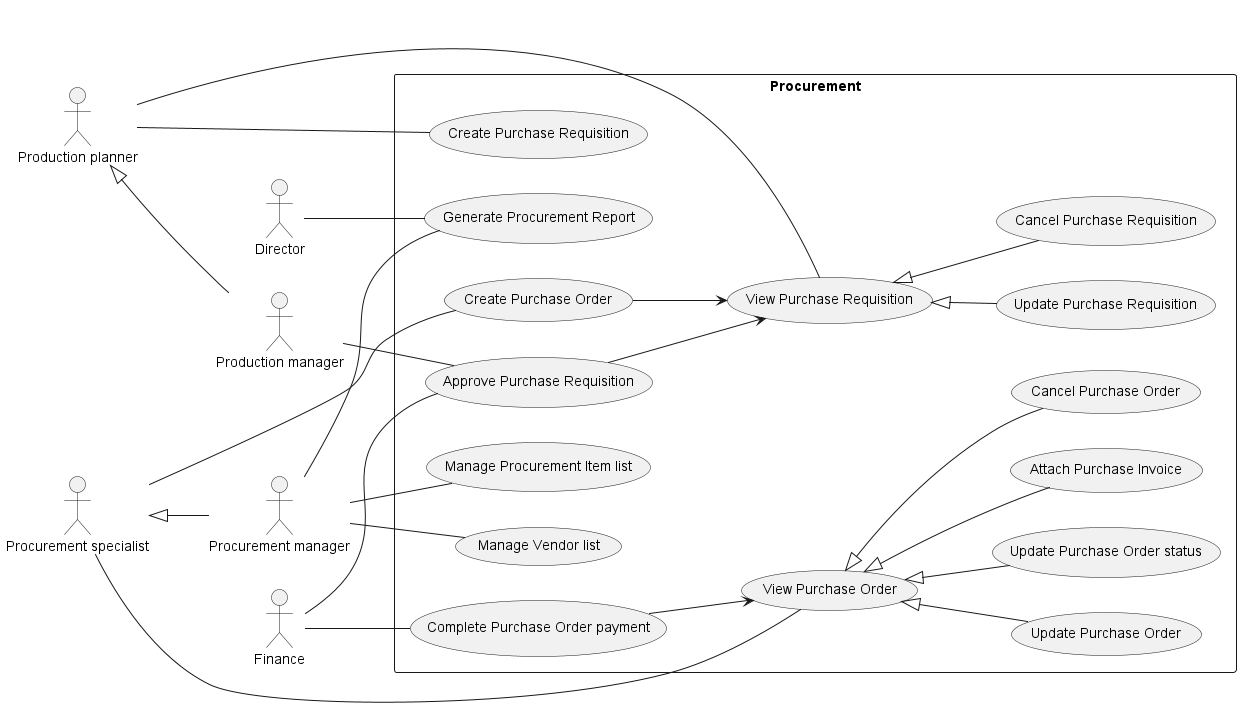
The PlantUML diagram use-cases/Procurement.png in phihungha/scmss-reqs, before a commit. The source it was exported from:
```plantuml
@startuml Procurement
left to right direction

:Director: as d
:Finance: as f

:Production planner: as pp
:Production manager: as prm
pp <|-- prm

:Procurement manager: as pm
:Procurement specialist: as ps
ps <|-- pm

rectangle Procurement {
    pp -- (Create Purchase Requisition)
    pp -- (View Purchase Requisition)
    (View Purchase Requisition) <|-- (Update Purchase Requisition)
    (View Purchase Requisition) <|-- (Cancel Purchase Requisition)
    f -- (Approve Purchase Requisition)
    prm -- (Approve Purchase Requisition)
    (Approve Purchase Requisition) --> (View Purchase Requisition)

    ps -- (Create Purchase Order)
    (Create Purchase Order) --> (View Purchase Requisition)
    ps -- (View Purchase Order)
    (View Purchase Order) <|-- (Update Purchase Order)
    (View Purchase Order) <|-- (Update Purchase Order status)
    (View Purchase Order) <|-- (Attach Purchase Invoice)
    (View Purchase Order) <|-- (Cancel Purchase Order)
    f -- (Complete Purchase Order payment)
    (Complete Purchase Order payment) --> (View Purchase Order)

    pm -- (Manage Vendor list)
    pm -- (Manage Procurement Item list)

    pm -- (Generate Procurement Report)
    d -- (Generate Procurement Report)
}
@enduml
```
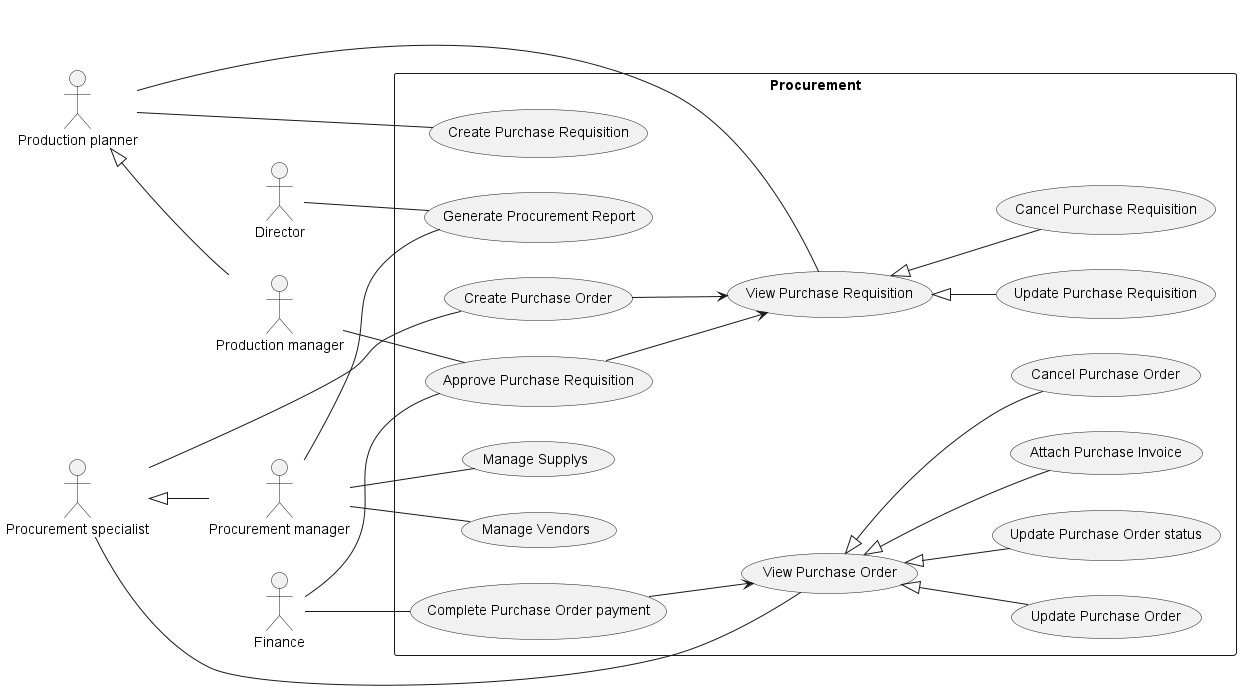
Later version of the same file.

The edit, as a diff of the source:
```diff
@@ -31,8 +31,8 @@
     f -- (Complete Purchase Order payment)
     (Complete Purchase Order payment) --> (View Purchase Order)
 
-    pm -- (Manage Vendor list)
-    pm -- (Manage Procurement Item list)
+    pm -- (Manage Vendors)
+    pm -- (Manage Supplys)
 
     pm -- (Generate Procurement Report)
     d -- (Generate Procurement Report)
```
